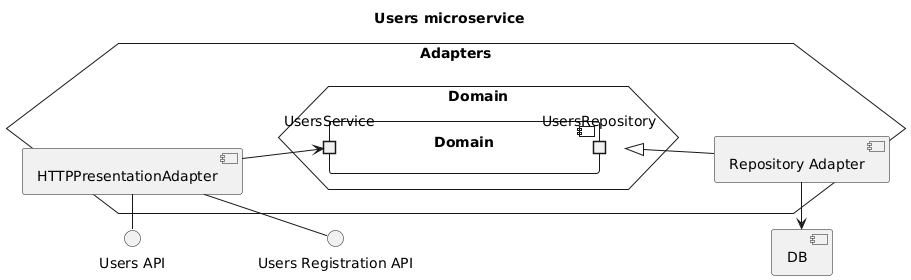
Ventus218/SAP-assignment-03 keeps this PlantUML diagram as doc/diagrams/users-components.png. Above is the earlier version. The source it was exported from:
```plantuml
@startuml users-components

title "Users microservice"

left to right direction

component "DB"
interface "Users API" as UsersAPI
interface "Users Registration API" as UsersRegistrationAPI

hexagon Adapters {
    hexagon Domain as DomainHex {
        component Domain {
            portout "UsersRepository" as Repo
            portin UsersService
        }
    }

    component "Repository Adapter" as RepoAdapter
    RepoAdapter -u-|> Repo
    RepoAdapter -l-> DB

    component "HTTPPresentationAdapter" as HTTPAdapter
    HTTPAdapter -d-> UsersService
    HTTPAdapter -() UsersAPI
    HTTPAdapter -() UsersRegistrationAPI
    UsersAPI -[hidden]-> UsersRegistrationAPI
}

@enduml
```
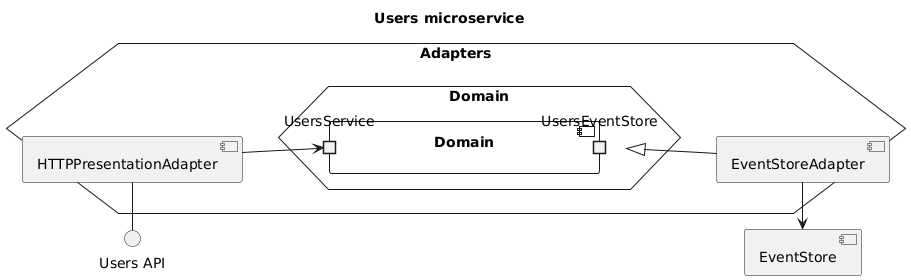
The same file after the commit.

Commit message:
Automatically generated PlantUML diagrams

The edit, as a diff of the source:
```diff
@@ -4,27 +4,24 @@
 
 left to right direction
 
-component "DB"
+component "EventStore"
 interface "Users API" as UsersAPI
-interface "Users Registration API" as UsersRegistrationAPI
 
 hexagon Adapters {
     hexagon Domain as DomainHex {
         component Domain {
-            portout "UsersRepository" as Repo
+            portout UsersEventStore
             portin UsersService
         }
     }
 
-    component "Repository Adapter" as RepoAdapter
-    RepoAdapter -u-|> Repo
-    RepoAdapter -l-> DB
+    component "EventStoreAdapter" as EventStoreAdapter
+    EventStoreAdapter -u-|> UsersEventStore
+    EventStoreAdapter -l-> EventStore
 
     component "HTTPPresentationAdapter" as HTTPAdapter
     HTTPAdapter -d-> UsersService
-    HTTPAdapter -() UsersAPI
-    HTTPAdapter -() UsersRegistrationAPI
-    UsersAPI -[hidden]-> UsersRegistrationAPI
+    HTTPAdapter -l-() UsersAPI
 }
 
 @enduml
```
